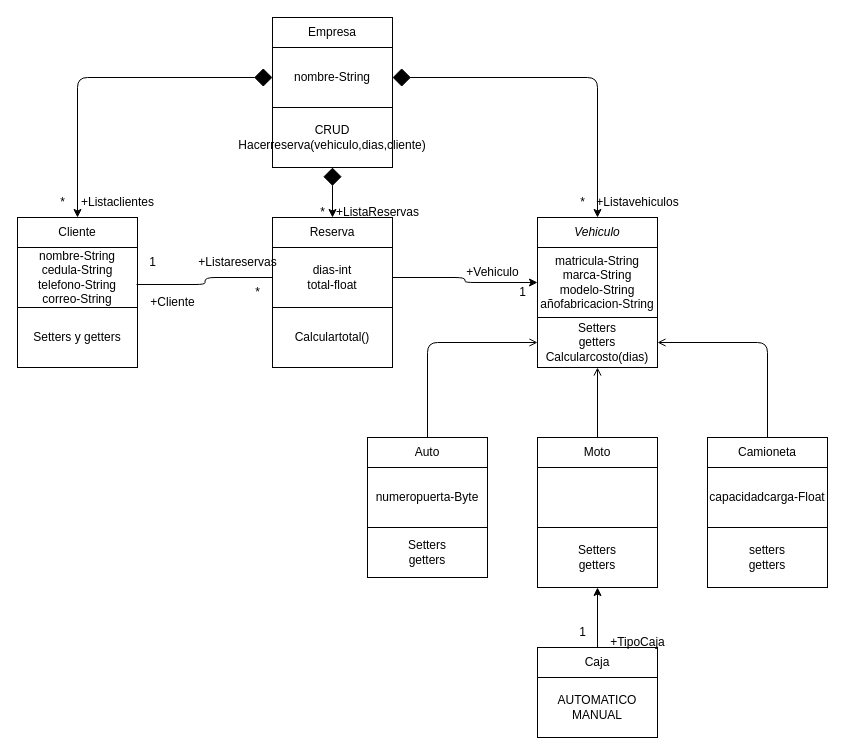
This is diagrama de clases.dio from Juanda2312/AlquilerVehiculos, a draw.io file, before an edit. Source tidied: cells renumbered, new cells numbered last; positions are measured from the earlier drawing's top-left corner, leaving out a move shared by most shapes. Both pictures are drawn from the tidied source at 100%, with x=0, y=0 at pixel (17, 17).
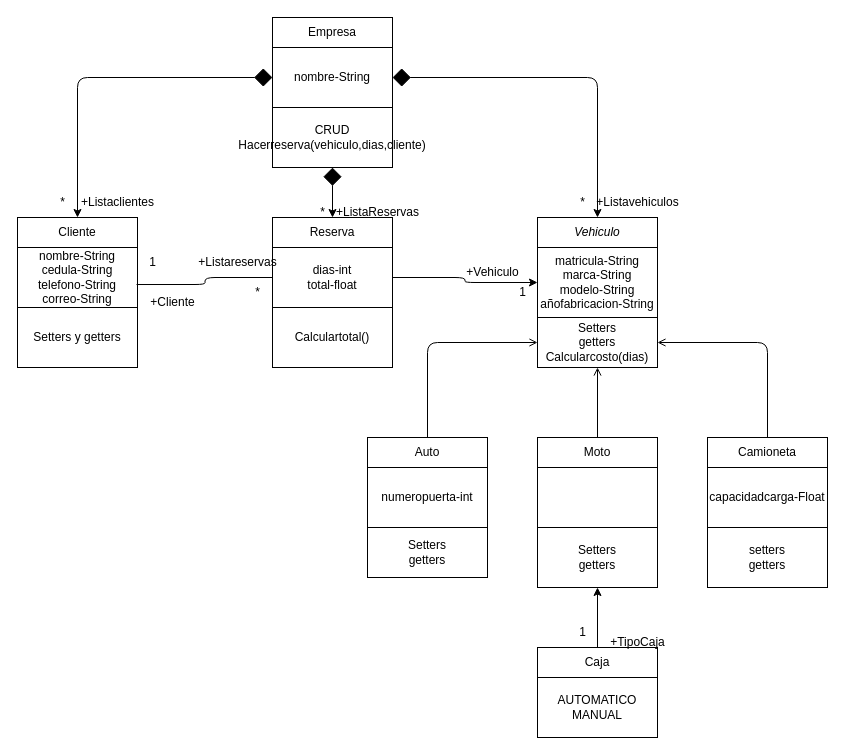
After the change.

Diff of the diagram source:
```diff
@@
-    <mxCell id="16" value="numeropuerta-Byte" style="whiteSpace=wrap;html=1;" parent="1" vertex="1">
+    <mxCell id="16" value="numeropuerta-int" style="whiteSpace=wrap;html=1;" parent="1" vertex="1">
       <mxGeometry x="350" y="450" width="120" height="60" as="geometry" />
     </mxCell>
```
